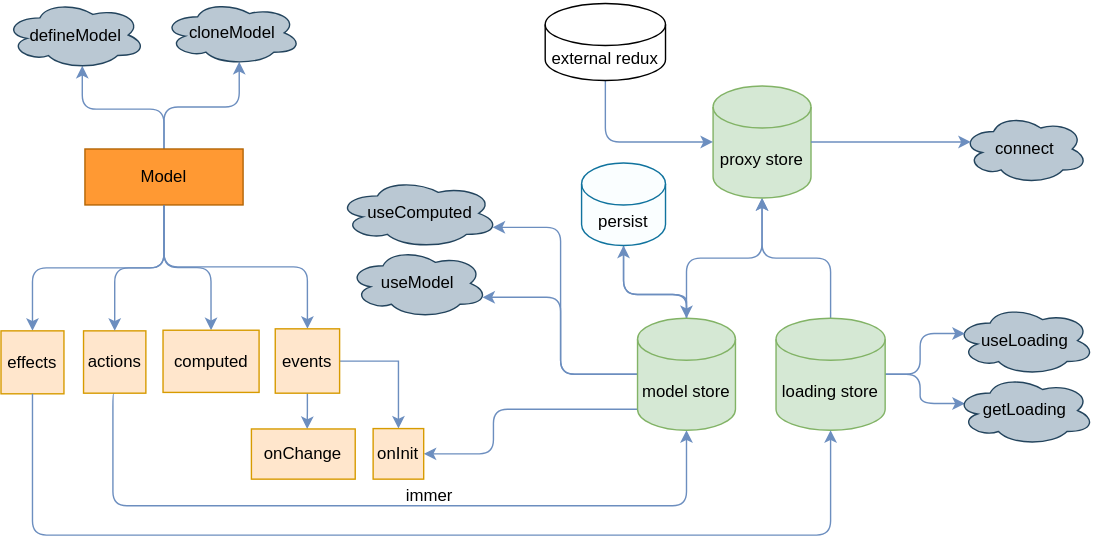
The draw.io diagram docs/mindMap.svg in foca-js/foca, before a commit. Source tidied: cells renumbered, new cells last; positions are measured from the earlier drawing's top-left corner, leaving out a move shared by most shapes.
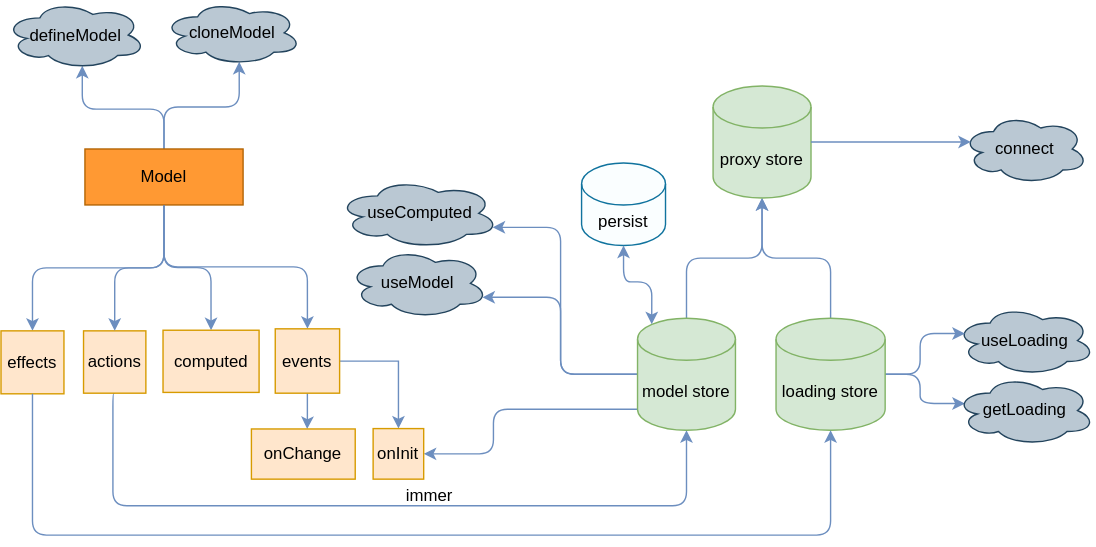
The same file after the commit.

What changed in the source:
```diff
@@ -69,14 +69,6 @@
         </Array>
       </mxGeometry>
     </mxCell>
-    <mxCell id="21" style="edgeStyle=orthogonalEdgeStyle;rounded=1;jettySize=auto;html=1;entryX=0.5;entryY=1;entryDx=0;entryDy=0;entryPerimeter=0;exitX=0.5;exitY=0;exitDx=0;exitDy=0;exitPerimeter=0;fillColor=#dae8fc;strokeColor=#6c8ebf;" parent="1" edge="1" source="25" target="35">
-      <mxGeometry relative="1" as="geometry">
-        <Array as="points">
-          <mxPoint x="490" y="210" />
-          <mxPoint x="445" y="210" />
-        </Array>
-      </mxGeometry>
-    </mxCell>
     <mxCell id="22" style="edgeStyle=orthogonalEdgeStyle;rounded=1;jettySize=auto;html=1;fillColor=#dae8fc;strokeColor=#6c8ebf;" parent="1" edge="1" source="25" target="26">
       <mxGeometry relative="1" as="geometry" />
     </mxCell>
@@ -127,25 +119,9 @@
     <mxCell id="33" value="cloneModel" style="ellipse;shape=cloud;whiteSpace=wrap;html=1;fillColor=#bac8d3;strokeColor=#23445d;" parent="1" vertex="1">
       <mxGeometry x="115.8" width="99" height="46" as="geometry" />
     </mxCell>
-    <mxCell id="34" style="edgeStyle=orthogonalEdgeStyle;rounded=1;orthogonalLoop=1;jettySize=auto;html=1;exitX=0.5;exitY=1;exitDx=0;exitDy=0;exitPerimeter=0;entryX=0.5;entryY=0;entryDx=0;entryDy=0;entryPerimeter=0;fillColor=#dae8fc;strokeColor=#6c8ebf;" parent="1" edge="1">
-      <mxGeometry relative="1" as="geometry">
-        <mxPoint x="445" y="175" as="sourcePoint" />
-        <mxPoint x="490" y="227" as="targetPoint" />
-        <Array as="points">
-          <mxPoint x="445" y="210" />
-          <mxPoint x="490" y="210" />
-        </Array>
-      </mxGeometry>
-    </mxCell>
     <mxCell id="35" value="persist" style="shape=cylinder3;whiteSpace=wrap;html=1;boundedLbl=1;backgroundOutline=1;size=15;fillColor=#FAFEFF;strokeColor=#10739e;sketch=0;" parent="1" vertex="1">
       <mxGeometry x="415" y="116" width="60" height="59" as="geometry" />
     </mxCell>
-    <mxCell id="36" style="edgeStyle=orthogonalEdgeStyle;rounded=1;jettySize=auto;html=1;entryX=0;entryY=0.5;entryDx=0;entryDy=0;entryPerimeter=0;exitX=0.5;exitY=1;exitDx=0;exitDy=0;exitPerimeter=0;fillColor=#dae8fc;strokeColor=#6c8ebf;" parent="1" edge="1" source="37" target="26">
-      <mxGeometry relative="1" as="geometry" />
-    </mxCell>
-    <mxCell id="37" value="external redux" style="shape=cylinder3;whiteSpace=wrap;html=1;boundedLbl=1;backgroundOutline=1;size=15;" parent="1" vertex="1">
-      <mxGeometry x="389" y="2" width="86" height="55" as="geometry" />
-    </mxCell>
     <mxCell id="38" value="immer" style="text;strokeColor=none;fillColor=none;html=1;fontSize=12;fontStyle=0;verticalAlign=middle;align=center;sketch=0;opacity=40;rotation=0;" parent="1" vertex="1">
       <mxGeometry x="266" y="343" width="80" height="22" as="geometry" />
     </mxCell>
@@ -161,5 +137,8 @@
     <mxCell id="42" value="&amp;nbsp;useComputed" style="ellipse;shape=cloud;whiteSpace=wrap;html=1;shadow=0;strokeColor=#23445d;fillColor=#bac8d3;" parent="1" vertex="1">
       <mxGeometry x="240.2" y="127" width="115.8" height="50" as="geometry" />
     </mxCell>
+    <mxCell id="21" style="endArrow=classic;startArrow=classic;html=1;rounded=1;edgeStyle=orthogonalEdgeStyle;entryX=0.5;entryY=1;entryDx=0;entryDy=0;entryPerimeter=0;exitX=0.145;exitY=0;exitDx=0;exitDy=4.35;exitPerimeter=0;fillColor=#dae8fc;strokeColor=#6c8ebf;" parent="1" edge="1" source="25" target="35">
+      <mxGeometry relative="1" as="geometry" />
+    </mxCell>
   </root>
 </mxGraphModel>
```
